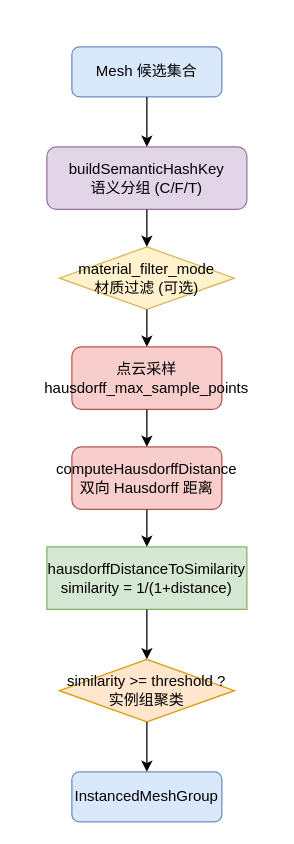
Before: diagrams/几何相似度判定流程.drawio in 271586852/GltfInstancingAndTilingTool, a draw.io diagram. Source tidied: cells renumbered, new cells numbered last; positions are measured from the earlier drawing's top-left corner, leaving out a move shared by most shapes. Both pictures are drawn from the tidied source at 125%, with x=0, y=0 at pixel (46, 46).
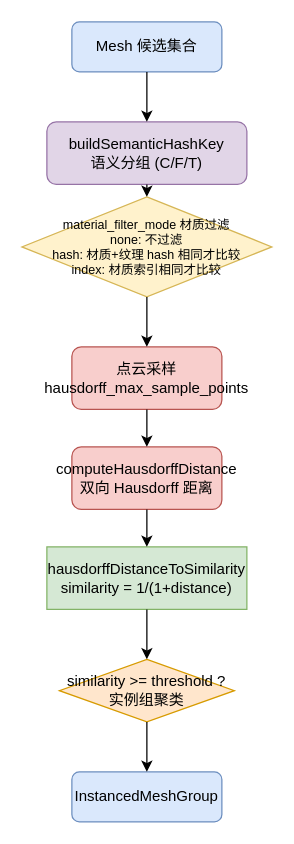
After the change.

The edit, as a diff of the source:
```diff
@@
 <mxGraphModel>
   <root>
     <mxCell id="0" />
     <mxCell id="1" parent="0" />
     <mxCell id="2" value="Mesh 候选集合" style="rounded=1;whiteSpace=wrap;html=1;fillColor=#dae8fc;strokeColor=#6c8ebf;" parent="1" vertex="1">
-      <mxGeometry x="20" width="120" height="40" as="geometry" />
+      <mxGeometry x="20" y="-20" width="120" height="40" as="geometry" />
     </mxCell>
     <mxCell id="3" value="buildSemanticHashKey&#10;语义分组 (C/F/T)" style="rounded=1;whiteSpace=wrap;html=1;fillColor=#e1d5e7;strokeColor=#9673a6;" parent="1" vertex="1">
-      <mxGeometry y="80" width="160" height="50" as="geometry" />
+      <mxGeometry y="60" width="160" height="50" as="geometry" />
     </mxCell>
-    <mxCell id="4" value="material_filter_mode&#10;材质过滤 (可选)" style="rhombus;whiteSpace=wrap;html=1;fillColor=#fff2cc;strokeColor=#d6b656;" parent="1" vertex="1">
-      <mxGeometry x="10" y="160" width="140" height="50" as="geometry" />
+    <mxCell id="4" value="material_filter_mode 材质过滤&#10;none: 不过滤&#10;hash: 材质+纹理 hash 相同才比较&#10;index: 材质索引相同才比较" style="rhombus;whiteSpace=wrap;html=1;fillColor=#fff2cc;strokeColor=#d6b656;fontSize=10;" parent="1" vertex="1">
+      <mxGeometry x="-20" y="120" width="200" height="80" as="geometry" />
     </mxCell>
     <mxCell id="5" value="点云采样&#10;hausdorff_max_sample_points" style="rounded=1;whiteSpace=wrap;html=1;fillColor=#f8cecc;strokeColor=#b85450;" parent="1" vertex="1">
       <mxGeometry x="20" y="240" width="120" height="50" as="geometry" />
     </mxCell>
     <mxCell id="6" value="computeHausdorffDistance&#10;双向 Hausdorff 距离" style="rounded=1;whiteSpace=wrap;html=1;fillColor=#f8cecc;strokeColor=#b85450;" parent="1" vertex="1">
       <mxGeometry x="20" y="320" width="120" height="50" as="geometry" />
     </mxCell>
     <mxCell id="7" value="hausdorffDistanceToSimilarity&#10;similarity = 1/(1+distance)" style="rounded=0;whiteSpace=wrap;html=1;fillColor=#d5e8d4;strokeColor=#82b366;" parent="1" vertex="1">
       <mxGeometry y="400" width="160" height="50" as="geometry" />
     </mxCell>
     <mxCell id="8" value="similarity &gt;= threshold ?&#10;实例组聚类" style="rhombus;whiteSpace=wrap;html=1;fillColor=#ffe6cc;strokeColor=#d79b00;" parent="1" vertex="1">
       <mxGeometry x="10" y="490" width="140" height="50" as="geometry" />
     </mxCell>
     <mxCell id="9" value="InstancedMeshGroup" style="rounded=1;whiteSpace=wrap;html=1;fillColor=#dae8fc;strokeColor=#6c8ebf;" parent="1" vertex="1">
       <mxGeometry x="20" y="580" width="120" height="40" as="geometry" />
     </mxCell>
     <mxCell id="10" style="endArrow=classic;html=1;" parent="1" edge="1" source="2" target="3">
       <mxGeometry relative="1" as="geometry" />
     </mxCell>
     <mxCell id="11" style="endArrow=classic;html=1;" parent="1" edge="1" source="3" target="4">
       <mxGeometry relative="1" as="geometry" />
     </mxCell>
     <mxCell id="12" style="endArrow=classic;html=1;" parent="1" edge="1" source="4" target="5">
       <mxGeometry relative="1" as="geometry" />
     </mxCell>
     <mxCell id="13" style="endArrow=classic;html=1;" parent="1" edge="1" source="5" target="6">
       <mxGeometry relative="1" as="geometry" />
     </mxCell>
     <mxCell id="14" style="endArrow=classic;html=1;" parent="1" edge="1" source="6" target="7">
       <mxGeometry relative="1" as="geometry" />
     </mxCell>
     <mxCell id="15" style="endArrow=classic;html=1;" parent="1" edge="1" source="7" target="8">
       <mxGeometry relative="1" as="geometry" />
     </mxCell>
     <mxCell id="16" style="endArrow=classic;html=1;" parent="1" edge="1" source="8" target="9">
       <mxGeometry relative="1" as="geometry" />
     </mxCell>
   </root>
 </mxGraphModel>
```
